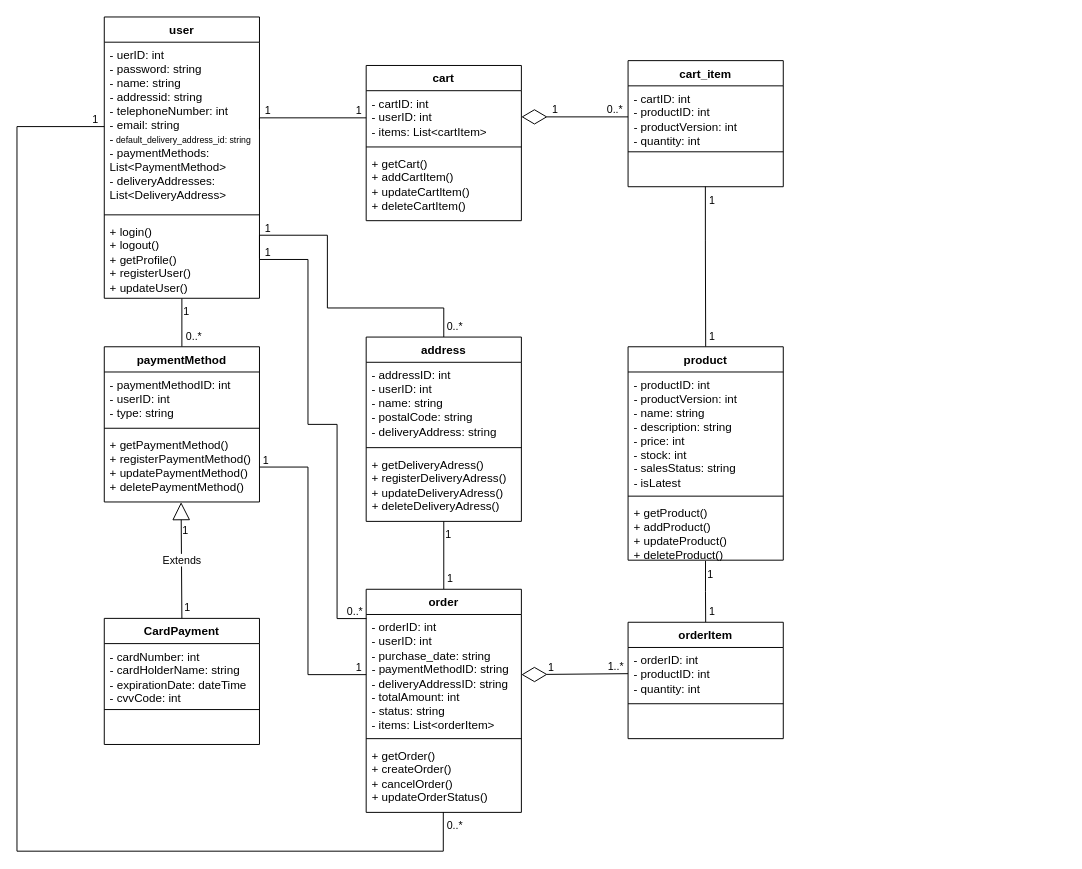
The draw.io diagram UML/クラス図.drawio in LycorisR/EC_docs, before the edit. Source tidied: cells renumbered, new cells numbered last; positions are measured from the earlier drawing's top-left corner, leaving out a move shared by most shapes. Both pictures are drawn from the tidied source at 97%, with x=0, y=0 at pixel (16, 16).
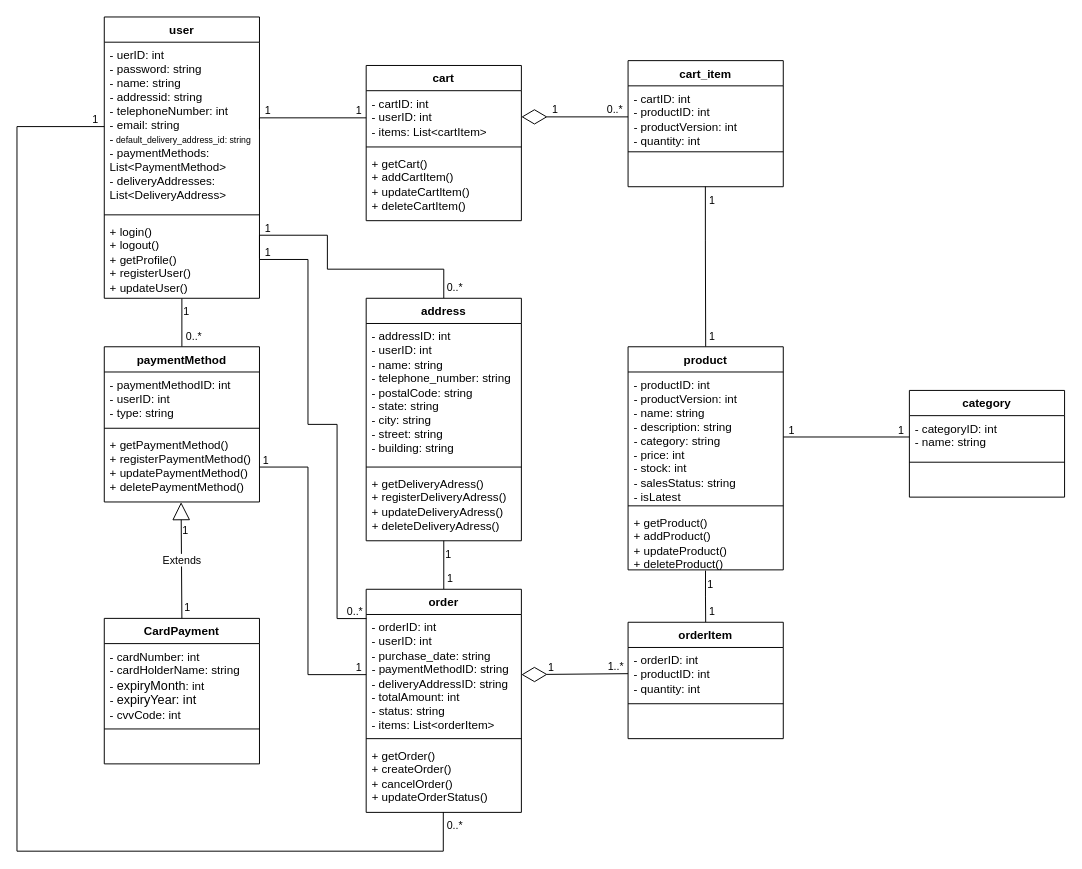
After the change.

Unchanged cells that the change refers to:
```xml
<mxCell id="33" value="+ login()&lt;div&gt;+ logout()&lt;br&gt;&lt;/div&gt;&lt;div&gt;+ getProfile()&lt;br&gt;&lt;/div&gt;&lt;div&gt;+ registerUser()&lt;br&gt;&lt;/div&gt;&lt;div&gt;+ updateUser()&lt;br&gt;&lt;/div&gt;" style="text;strokeColor=none;fillColor=none;align=left;verticalAlign=top;spacingLeft=4;spacingRight=4;overflow=hidden;points=[[0,0.5],[1,0.5]];portConstraint=eastwest;whiteSpace=wrap;html=1;" parent="30" vertex="1">
  <mxGeometry y="208" width="160" height="82" as="geometry" />
</mxCell>
```

Change to the diagram source:
```diff
@@
     <mxCell id="8" style="endArrow=none;html=1;edgeStyle=orthogonalEdgeStyle;rounded=0;exitX=1;exitY=0.5;exitDx=0;exitDy=0;entryX=0.5;entryY=0;entryDx=0;entryDy=0;" parent="1" edge="1" source="33" target="55">
       <mxGeometry relative="1" as="geometry">
         <Array as="points">
+          <mxPoint x="250" y="225" />
           <mxPoint x="320" y="225" />
-          <mxPoint x="320" y="300" />
-          <mxPoint x="440" y="300" />
+          <mxPoint x="320" y="260" />
+          <mxPoint x="440" y="260" />
         </Array>
       </mxGeometry>
     </mxCell>
@@
     <mxCell id="47" value="product" style="swimlane;fontStyle=1;align=center;verticalAlign=top;horizontal=1;startSize=26;whiteSpace=wrap;html=1;" parent="1" vertex="1">
-      <mxGeometry x="630" y="340" width="160" height="220" as="geometry" />
+      <mxGeometry x="630" y="340" width="160" height="230" as="geometry" />
     </mxCell>
-    <mxCell id="48" value="- productID: int&lt;div&gt;&lt;i&gt;- &lt;/i&gt;productVersion: int&lt;br&gt;&lt;div&gt;- name: string&lt;/div&gt;&lt;div&gt;- description: string&lt;br&gt;&lt;/div&gt;&lt;div&gt;- price: int&lt;/div&gt;&lt;div&gt;- stock: int&lt;/div&gt;&lt;/div&gt;&lt;div&gt;&lt;i&gt;-&amp;nbsp;&lt;/i&gt;salesStatus: string&lt;br&gt;&lt;/div&gt;&lt;div&gt;&lt;i&gt;- &lt;/i&gt;isLatest&lt;/div&gt;" style="text;strokeColor=none;fillColor=none;align=left;verticalAlign=top;spacingLeft=4;spacingRight=4;overflow=hidden;points=[[0,0.5],[1,0.5]];portConstraint=eastwest;whiteSpace=wrap;html=1;" parent="47" vertex="1">
-      <mxGeometry y="26" width="160" height="124" as="geometry" />
+    <mxCell id="48" value="- productID: int&lt;div&gt;&lt;i&gt;- &lt;/i&gt;productVersion: int&lt;br&gt;&lt;div&gt;- name: string&lt;/div&gt;&lt;div&gt;- description: string&lt;br&gt;&lt;/div&gt;&lt;div&gt;&lt;i&gt;-&amp;nbsp;&lt;/i&gt;&lt;span style=&quot;background-color: initial;&quot;&gt;category: string&lt;/span&gt;&lt;/div&gt;&lt;div&gt;- price: int&lt;/div&gt;&lt;div&gt;- stock: int&lt;/div&gt;&lt;/div&gt;&lt;div&gt;&lt;i&gt;-&amp;nbsp;&lt;/i&gt;salesStatus: string&lt;br&gt;&lt;/div&gt;&lt;div&gt;&lt;i&gt;- &lt;/i&gt;isLatest&lt;/div&gt;" style="text;strokeColor=none;fillColor=none;align=left;verticalAlign=top;spacingLeft=4;spacingRight=4;overflow=hidden;points=[[0,0.5],[1,0.5]];portConstraint=eastwest;whiteSpace=wrap;html=1;" parent="47" vertex="1">
+      <mxGeometry y="26" width="160" height="134" as="geometry" />
     </mxCell>
     <mxCell id="49" style="line;strokeWidth=1;fillColor=none;align=left;verticalAlign=middle;spacingTop=-1;spacingLeft=3;spacingRight=3;labelPosition=right;strokeColor=inherit;" parent="47" vertex="1">
-      <mxGeometry y="150" width="160" height="8" as="geometry" />
+      <mxGeometry y="160" width="160" height="8" as="geometry" />
     </mxCell>
     <mxCell id="50" value="&lt;div&gt;+ getProduct()&lt;/div&gt;&lt;div&gt;+ addProduct()&lt;br&gt;&lt;/div&gt;&lt;div&gt;+ update&lt;span style=&quot;background-color: initial;&quot;&gt;Product&lt;/span&gt;&lt;span style=&quot;background-color: initial;&quot;&gt;()&lt;/span&gt;&lt;/div&gt;&lt;div&gt;+ delete&lt;span style=&quot;background-color: initial;&quot;&gt;Product&lt;/span&gt;&lt;span style=&quot;background-color: initial;&quot;&gt;()&lt;/span&gt;&lt;/div&gt;" style="text;strokeColor=none;fillColor=none;align=left;verticalAlign=top;spacingLeft=4;spacingRight=4;overflow=hidden;points=[[0,0.5],[1,0.5]];portConstraint=eastwest;whiteSpace=wrap;html=1;" parent="47" vertex="1">
-      <mxGeometry y="158" width="160" height="62" as="geometry" />
+      <mxGeometry y="168" width="160" height="62" as="geometry" />
     </mxCell>
@@
     <mxCell id="55" value="address" style="swimlane;fontStyle=1;align=center;verticalAlign=top;horizontal=1;startSize=26;whiteSpace=wrap;html=1;" parent="1" vertex="1">
-      <mxGeometry x="360" y="330" width="160" height="190" as="geometry" />
+      <mxGeometry x="360" y="290" width="160" height="250" as="geometry" />
     </mxCell>
-    <mxCell id="56" value="- addressID: int&lt;div&gt;- userID: int&lt;/div&gt;&lt;div&gt;- name: string&lt;br&gt;&lt;/div&gt;&lt;div&gt;- postalCode: string&lt;br&gt;&lt;/div&gt;&lt;div&gt;- deliveryAddress: string&lt;/div&gt;" style="text;strokeColor=none;fillColor=none;align=left;verticalAlign=top;spacingLeft=4;spacingRight=4;overflow=hidden;whiteSpace=wrap;html=1;" parent="55" vertex="1">
-      <mxGeometry y="26" width="160" height="84" as="geometry" />
+    <mxCell id="56" value="- addressID: int&lt;div&gt;- userID: int&lt;/div&gt;&lt;div&gt;- name: string&lt;br&gt;&lt;/div&gt;&lt;div&gt;-&amp;nbsp;&lt;span style=&quot;font-family: Arial; white-space-collapse: preserve; background-color: initial;&quot;&gt;telephone_number: string&lt;/span&gt;&lt;/div&gt;&lt;div&gt;- postalCode: string&lt;br&gt;&lt;/div&gt;&lt;div&gt;- state: string&lt;/div&gt;&lt;div&gt;- city: string&lt;/div&gt;&lt;div&gt;- street: string&lt;/div&gt;&lt;div&gt;- building: string&lt;/div&gt;" style="text;strokeColor=none;fillColor=none;align=left;verticalAlign=top;spacingLeft=4;spacingRight=4;overflow=hidden;whiteSpace=wrap;html=1;" parent="55" vertex="1">
+      <mxGeometry y="26" width="160" height="144" as="geometry" />
     </mxCell>
     <mxCell id="57" style="line;strokeWidth=1;fillColor=none;align=left;verticalAlign=middle;spacingTop=-1;spacingLeft=3;spacingRight=3;labelPosition=right;strokeColor=inherit;" parent="55" vertex="1">
-      <mxGeometry y="110" width="160" height="8" as="geometry" />
+      <mxGeometry y="170" width="160" height="8" as="geometry" />
     </mxCell>
     <mxCell id="58" value="&lt;div&gt;&lt;div&gt;+ getDeliveryAdress()&lt;br&gt;&lt;/div&gt;&lt;div&gt;+ register&lt;span style=&quot;background-color: initial;&quot;&gt;Delivery&lt;/span&gt;&lt;span style=&quot;background-color: initial;&quot;&gt;Adress&lt;/span&gt;&lt;span style=&quot;background-color: initial;&quot;&gt;()&lt;/span&gt;&lt;/div&gt;&lt;div&gt;+ update&lt;span style=&quot;background-color: initial;&quot;&gt;Delivery&lt;/span&gt;&lt;span style=&quot;background-color: initial;&quot;&gt;Adress&lt;/span&gt;&lt;span style=&quot;background-color: initial;&quot;&gt;()&lt;/span&gt;&lt;/div&gt;&lt;/div&gt;&lt;div&gt;&lt;i&gt;+ &lt;/i&gt;delete&lt;span style=&quot;background-color: initial;&quot;&gt;Delivery&lt;/span&gt;&lt;span style=&quot;background-color: initial;&quot;&gt;Adress&lt;/span&gt;&lt;span style=&quot;background-color: initial;&quot;&gt;()&lt;/span&gt;&lt;/div&gt;" style="text;strokeColor=none;fillColor=none;align=left;verticalAlign=top;spacingLeft=4;spacingRight=4;overflow=hidden;whiteSpace=wrap;html=1;" parent="55" vertex="1">
-      <mxGeometry y="118" width="160" height="72" as="geometry" />
+      <mxGeometry y="178" width="160" height="72" as="geometry" />
     </mxCell>
@@
     <mxCell id="67" value="CardPayment" style="swimlane;fontStyle=1;align=center;verticalAlign=top;horizontal=1;startSize=26;whiteSpace=wrap;html=1;" parent="1" vertex="1">
-      <mxGeometry x="90" y="620" width="160" height="130" as="geometry" />
+      <mxGeometry x="90" y="620" width="160" height="150" as="geometry" />
     </mxCell>
-    <mxCell id="68" value="&lt;div&gt;- cardNumber: int&lt;/div&gt;&lt;div&gt;&lt;i&gt;- &lt;/i&gt;cardHolderName: string&lt;br&gt;&lt;/div&gt;&lt;div&gt;- expirationDate: dateTime&lt;br&gt;&lt;/div&gt;&lt;div&gt;- cvvCode: int&lt;br&gt;&lt;/div&gt;" style="text;strokeColor=none;fillColor=none;align=left;verticalAlign=top;spacingLeft=4;spacingRight=4;overflow=hidden;whiteSpace=wrap;html=1;" parent="67" vertex="1">
-      <mxGeometry y="26" width="160" height="64" as="geometry" />
+    <mxCell id="68" value="&lt;div&gt;- cardNumber: int&lt;/div&gt;&lt;div&gt;&lt;i&gt;- &lt;/i&gt;cardHolderName: string&lt;br&gt;&lt;/div&gt;&lt;div&gt;-&amp;nbsp;&lt;span style=&quot;font-family: Arial; font-size: 13px; white-space-collapse: preserve;&quot;&gt;expiryMonth&lt;/span&gt;: int&lt;br&gt;&lt;/div&gt;&lt;div&gt;&lt;i&gt;-&amp;nbsp;&lt;/i&gt;&lt;span style=&quot;font-family: Arial; font-size: 13px; white-space-collapse: preserve; background-color: initial;&quot;&gt;expiryYear: int&lt;/span&gt;&lt;/div&gt;&lt;div&gt;- cvvCode: int&lt;br&gt;&lt;/div&gt;" style="text;strokeColor=none;fillColor=none;align=left;verticalAlign=top;spacingLeft=4;spacingRight=4;overflow=hidden;whiteSpace=wrap;html=1;" parent="67" vertex="1">
+      <mxGeometry y="26" width="160" height="84" as="geometry" />
     </mxCell>
     <mxCell id="69" style="line;strokeWidth=1;fillColor=none;align=left;verticalAlign=middle;spacingTop=-1;spacingLeft=3;spacingRight=3;labelPosition=right;strokeColor=inherit;" parent="67" vertex="1">
-      <mxGeometry y="90" width="160" height="8" as="geometry" />
+      <mxGeometry y="110" width="160" height="8" as="geometry" />
     </mxCell>
     <mxCell id="70" value="&amp;nbsp;" style="text;strokeColor=none;fillColor=none;align=left;verticalAlign=top;spacingLeft=4;spacingRight=4;overflow=hidden;whiteSpace=wrap;html=1;" parent="67" vertex="1">
-      <mxGeometry y="98" width="160" height="32" as="geometry" />
+      <mxGeometry y="118" width="160" height="32" as="geometry" />
     </mxCell>
@@
+    <mxCell id="78" value="category" style="swimlane;fontStyle=1;align=center;verticalAlign=top;horizontal=1;startSize=26;whiteSpace=wrap;html=1;" parent="1" vertex="1">
+      <mxGeometry x="920" y="385" width="160" height="110" as="geometry" />
+    </mxCell>
+    <mxCell id="79" value="- categoryID: int&lt;div&gt;&lt;div&gt;- name: string&lt;/div&gt;&lt;/div&gt;" style="text;strokeColor=none;fillColor=none;align=left;verticalAlign=top;spacingLeft=4;spacingRight=4;overflow=hidden;points=[[0,0.5],[1,0.5]];portConstraint=eastwest;whiteSpace=wrap;html=1;" parent="78" vertex="1">
+      <mxGeometry y="26" width="160" height="44" as="geometry" />
+    </mxCell>
+    <mxCell id="80" style="line;strokeWidth=1;fillColor=none;align=left;verticalAlign=middle;spacingTop=-1;spacingLeft=3;spacingRight=3;labelPosition=right;strokeColor=inherit;" parent="78" vertex="1">
+      <mxGeometry y="70" width="160" height="8" as="geometry" />
+    </mxCell>
+    <mxCell id="81" value="&lt;div&gt;&amp;nbsp;&lt;/div&gt;" style="text;strokeColor=none;fillColor=none;align=left;verticalAlign=top;spacingLeft=4;spacingRight=4;overflow=hidden;whiteSpace=wrap;html=1;" parent="78" vertex="1">
+      <mxGeometry y="78" width="160" height="32" as="geometry" />
+    </mxCell>
+    <mxCell id="82" style="endArrow=none;html=1;edgeStyle=orthogonalEdgeStyle;rounded=0;entryX=0;entryY=0.5;entryDx=0;entryDy=0;exitX=1;exitY=0.5;exitDx=0;exitDy=0;" parent="1" edge="1" source="48" target="79">
+      <mxGeometry relative="1" as="geometry" />
+    </mxCell>
+    <mxCell id="83" value="1" style="edgeLabel;html=1;align=left;verticalAlign=bottom;labelBackgroundColor=none;" parent="82" vertex="1">
+      <mxGeometry x="-1" relative="1" as="geometry">
+        <mxPoint x="4" y="1" as="offset" />
+      </mxGeometry>
+    </mxCell>
+    <mxCell id="84" value="1" style="edgeLabel;html=1;align=right;verticalAlign=bottom;labelBackgroundColor=none;" parent="82" vertex="1">
+      <mxGeometry x="1" relative="1" as="geometry">
+        <mxPoint x="-5" y="1" as="offset" />
+      </mxGeometry>
+    </mxCell>
```
